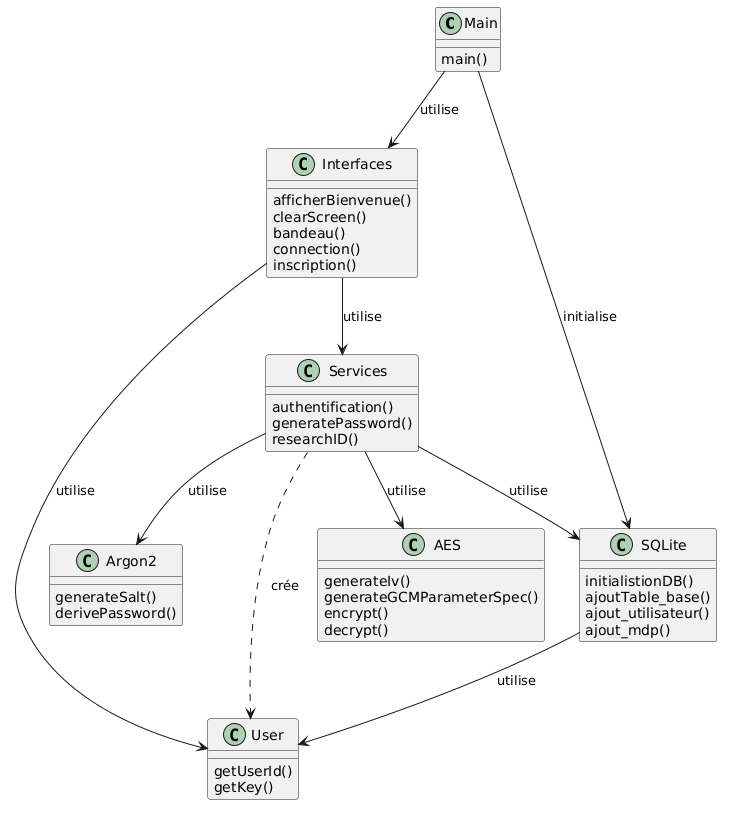
Above: docs/img/plantUML.png in Axel-Cfr/JavaPass (PlantUML), before the change. The source it was exported from:
```plantuml
@startuml
class Main
class Interfaces
class Services
class SQLite
class AES
class Argon2
class User

Main --> SQLite : initialise
Main --> Interfaces : utilise
Interfaces --> Services : utilise
Services --> AES : utilise
Services --> Argon2 : utilise
Services --> SQLite : utilise
Services ..> User : crée
Interfaces --> User : utilise
SQLite --> User : utilise

Main : main()

SQLite : initialistionDB()
SQLite : ajoutTable_base()
SQLite : ajout_utilisateur()
SQLite : ajout_mdp()

Services : authentification()
Services : generatePassword()
Services : researchID()

Interfaces : afficherBienvenue()
Interfaces : clearScreen()
Interfaces : bandeau()
Interfaces : connection()
Interfaces : inscription()

AES : generateIv()
AES : generateGCMParameterSpec()
AES : encrypt()
AES : decrypt()

Argon2 : generateSalt()
Argon2 : derivePassword()

User : getUserId()
User : getKey()
@enduml
```
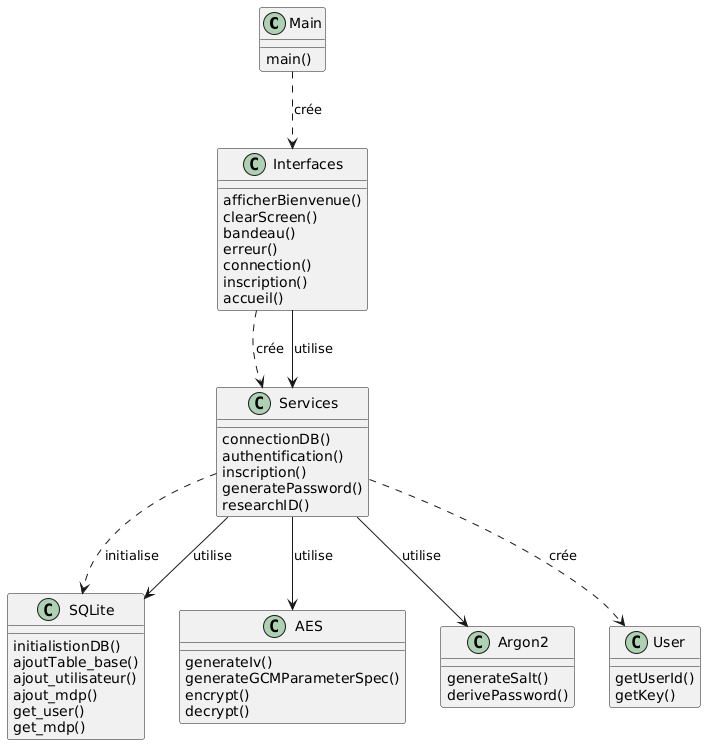
Later version of the same file.

Diff of the diagram source:
```diff
@@ -7,32 +7,37 @@
 class Argon2
 class User
 
-Main --> SQLite : initialise
-Main --> Interfaces : utilise
+Main ..> Interfaces : crée
+Interfaces ..> Services : crée
 Interfaces --> Services : utilise
 Services --> AES : utilise
 Services --> Argon2 : utilise
+Services ..> SQLite : initialise
 Services --> SQLite : utilise
 Services ..> User : crée
-Interfaces --> User : utilise
-SQLite --> User : utilise
 
 Main : main()
+
+Interfaces : afficherBienvenue()
+Interfaces : clearScreen()
+Interfaces : bandeau()
+Interfaces : erreur()
+Interfaces : connection()
+Interfaces : inscription()
+Interfaces : accueil()
+
+Services : connectionDB()
+Services : authentification()
+Services : inscription()
+Services : generatePassword()
+Services : researchID()
 
 SQLite : initialistionDB()
 SQLite : ajoutTable_base()
 SQLite : ajout_utilisateur()
 SQLite : ajout_mdp()
-
-Services : authentification()
-Services : generatePassword()
-Services : researchID()
-
-Interfaces : afficherBienvenue()
-Interfaces : clearScreen()
-Interfaces : bandeau()
-Interfaces : connection()
-Interfaces : inscription()
+SQLite : get_user()
+SQLite : get_mdp()
 
 AES : generateIv()
 AES : generateGCMParameterSpec()
```
